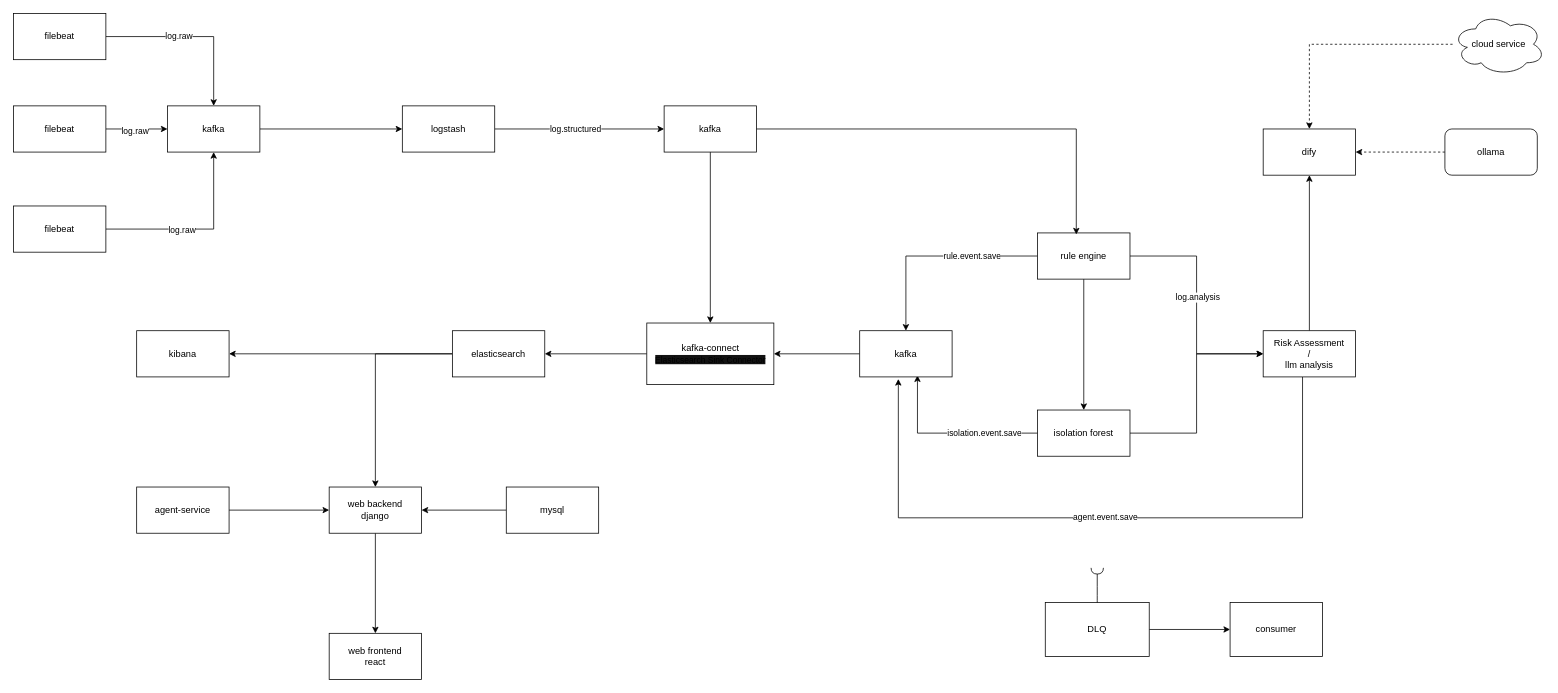
northridgedesertcat/AuditWeaver keeps this draw.io diagram as docs/develop/system-design/feature-architecture/current.drawio. Above is the earlier version. Source tidied: cells renumbered, new cells numbered last; positions are measured from the earlier drawing's top-left corner, leaving out a move shared by most shapes. Both pictures are drawn from the tidied source at 77%, with x=0, y=0 at pixel (13, 13).
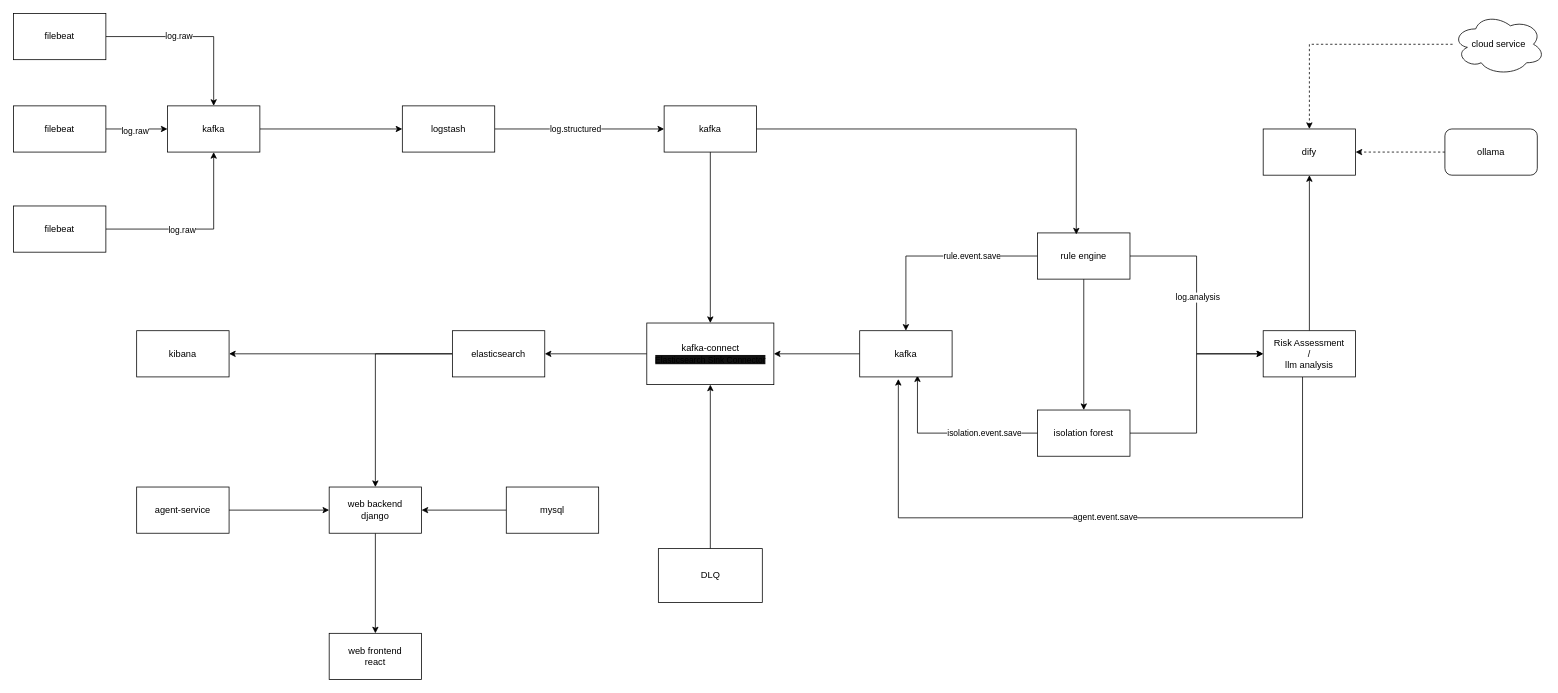
Above is the later version.

Commit message (it also covers changes not shown here):
update architecture diagram.

Unchanged cells that the change refers to:
```xml
<mxCell id="47" value="kafka-connect&lt;div&gt;&lt;span style=&quot;font-size: 11px; white-space: nowrap; background-color: rgb(18, 18, 18);&quot;&gt;Elasticsearch Sink Connector&lt;/span&gt;&lt;/div&gt;" style="rounded=0;whiteSpace=wrap;html=1;" parent="1" vertex="1">
  <mxGeometry x="822.5" y="402" width="165" height="80" as="geometry" />
</mxCell>
```

Diff of the diagram source:
```diff
@@
-    <mxCell id="50" style="edgeStyle=orthogonalEdgeStyle;rounded=0;jettySize=auto;html=1;entryX=0;entryY=0.5;entryDx=0;entryDy=0;" parent="1" edge="1" source="51" target="54">
-      <mxGeometry relative="1" as="geometry" />
-    </mxCell>
+    <mxCell id="59" style="edgeStyle=orthogonalEdgeStyle;rounded=0;jettySize=auto;html=1;entryX=0.5;entryY=1;entryDx=0;entryDy=0;" parent="1" edge="1" source="51" target="47">
+      <mxGeometry relative="1" as="geometry" />
+    </mxCell>
     <mxCell id="51" value="DLQ" style="html=1;whiteSpace=wrap;" parent="1" vertex="1">
-      <mxGeometry x="1340" y="765" width="135" height="70" as="geometry" />
+      <mxGeometry x="837.5" y="695" width="135" height="70" as="geometry" />
     </mxCell>
-    <mxCell id="52" style="rounded=0;jettySize=auto;html=1;endArrow=halfCircle;endFill=0;endSize=6;strokeWidth=1;sketch=0;fontSize=12;curved=1;exitX=0.5;exitY=0;exitDx=0;exitDy=0;" parent="1" edge="1" source="51">
-      <mxGeometry relative="1" as="geometry">
-        <mxPoint x="1407.5" y="720" as="targetPoint" />
-      </mxGeometry>
-    </mxCell>
@@
-    <mxCell id="54" value="consumer" style="rounded=0;whiteSpace=wrap;html=1;" parent="1" vertex="1">
-      <mxGeometry x="1580" y="765" width="120" height="70" as="geometry" />
-    </mxCell>
```
